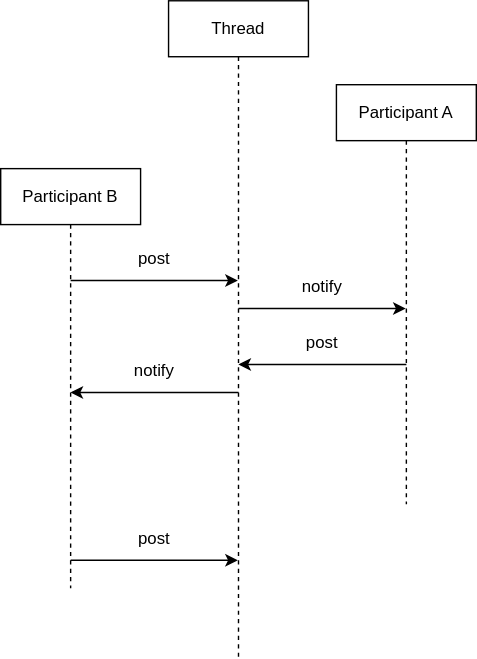
Earlier version of the draw.io export doc/thread.svg (vitalii-samoilenko/ai-chat-bot). Source tidied: cells renumbered, new cells last; positions are measured from the earlier drawing's top-left corner, leaving out a move shared by most shapes.
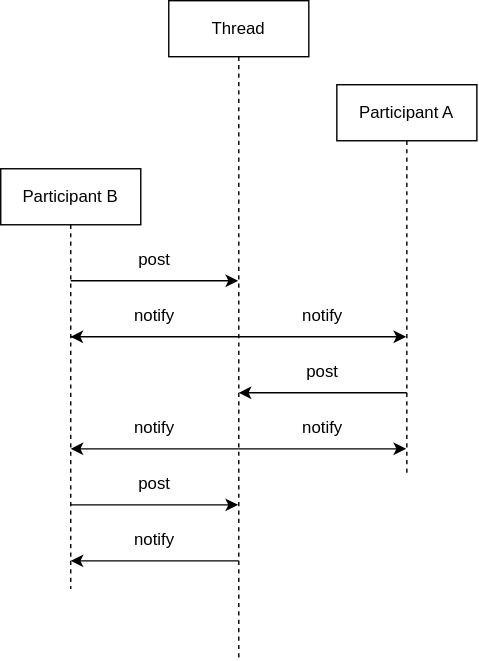
Later version of the same file.

What changed in the source:
```diff
@@ -6,7 +6,7 @@
       <mxGeometry x="120" width="100" height="470" as="geometry" />
     </mxCell>
     <mxCell id="3" value="Participant A" style="shape=umlLifeline;perimeter=lifelinePerimeter;whiteSpace=wrap;html=1;newEdgeStyle={&quot;curved&quot;:0,&quot;rounded&quot;:0};" parent="1" vertex="1">
-      <mxGeometry x="240" y="60" width="100" height="300" as="geometry" />
+      <mxGeometry x="240" y="60" width="100" height="280" as="geometry" />
     </mxCell>
     <mxCell id="4" value="Participant B" style="shape=umlLifeline;perimeter=lifelinePerimeter;whiteSpace=wrap;html=1;outlineConnect=0;portConstraint=eastwest;newEdgeStyle={&quot;curved&quot;:0,&quot;rounded&quot;:0};" parent="1" vertex="1">
       <mxGeometry y="120" width="100" height="300" as="geometry" />
@@ -19,42 +19,71 @@
     </mxCell>
     <mxCell id="6" style="endArrow=classic;html=1;rounded=0;" parent="1" edge="1">
       <mxGeometry relative="1" as="geometry">
-        <mxPoint x="170" y="220" as="sourcePoint" />
-        <mxPoint x="289.5" y="220" as="targetPoint" />
+        <mxPoint x="170" y="240" as="sourcePoint" />
+        <mxPoint x="289.5" y="240" as="targetPoint" />
       </mxGeometry>
     </mxCell>
     <mxCell id="7" style="endArrow=classic;html=1;rounded=0;" parent="1" edge="1">
       <mxGeometry relative="1" as="geometry">
-        <mxPoint x="290" y="260" as="sourcePoint" />
-        <mxPoint x="169.9" y="260" as="targetPoint" />
+        <mxPoint x="290" y="280" as="sourcePoint" />
+        <mxPoint x="169.9" y="280" as="targetPoint" />
       </mxGeometry>
     </mxCell>
     <mxCell id="8" style="endArrow=classic;html=1;rounded=0;" parent="1" edge="1">
       <mxGeometry relative="1" as="geometry">
-        <mxPoint x="170" y="280" as="sourcePoint" />
-        <mxPoint x="49.9" y="280" as="targetPoint" />
+        <mxPoint x="170" y="320" as="sourcePoint" />
+        <mxPoint x="49.9" y="320" as="targetPoint" />
       </mxGeometry>
     </mxCell>
     <mxCell id="9" value="post" style="text;html=1;align=center;verticalAlign=middle;whiteSpace=wrap;rounded=0;" parent="1" vertex="1">
       <mxGeometry x="80" y="170" width="60" height="30" as="geometry" />
     </mxCell>
     <mxCell id="10" value="post" style="text;html=1;align=center;verticalAlign=middle;whiteSpace=wrap;rounded=0;" parent="1" vertex="1">
-      <mxGeometry x="200" y="230" width="60" height="30" as="geometry" />
+      <mxGeometry x="200" y="250" width="60" height="30" as="geometry" />
     </mxCell>
     <mxCell id="11" value="notify" style="text;html=1;align=center;verticalAlign=middle;whiteSpace=wrap;rounded=0;" parent="1" vertex="1">
-      <mxGeometry x="200" y="190" width="60" height="30" as="geometry" />
+      <mxGeometry x="200" y="210" width="60" height="30" as="geometry" />
     </mxCell>
     <mxCell id="12" value="notify" style="text;html=1;align=center;verticalAlign=middle;whiteSpace=wrap;rounded=0;" parent="1" vertex="1">
-      <mxGeometry x="80" y="250" width="60" height="30" as="geometry" />
+      <mxGeometry x="80" y="290" width="60" height="30" as="geometry" />
     </mxCell>
     <mxCell id="13" style="endArrow=classic;html=1;rounded=0;" parent="1" edge="1">
       <mxGeometry relative="1" as="geometry">
-        <mxPoint x="50" y="400" as="sourcePoint" />
-        <mxPoint x="169.5" y="400" as="targetPoint" />
+        <mxPoint x="50" y="360" as="sourcePoint" />
+        <mxPoint x="169.5" y="360" as="targetPoint" />
       </mxGeometry>
     </mxCell>
     <mxCell id="14" value="post" style="text;html=1;align=center;verticalAlign=middle;whiteSpace=wrap;rounded=0;" parent="1" vertex="1">
-      <mxGeometry x="80" y="370" width="60" height="30" as="geometry" />
+      <mxGeometry x="80" y="330" width="60" height="30" as="geometry" />
     </mxCell>
+    <mxCell id="15" style="endArrow=classic;html=1;rounded=0;" parent="1" edge="1" target="4">
+      <mxGeometry relative="1" as="geometry">
+        <mxPoint x="50" y="240" as="sourcePoint" />
+        <Array as="points">
+          <mxPoint x="170" y="240" />
+        </Array>
+      </mxGeometry>
+    </mxCell>
+    <mxCell id="16" value="notify" style="text;html=1;align=center;verticalAlign=middle;whiteSpace=wrap;rounded=0;" parent="1" vertex="1">
+      <mxGeometry x="80" y="210" width="60" height="30" as="geometry" />
+    </mxCell>
+    <mxCell id="17" style="endArrow=classic;html=1;rounded=0;" parent="1" edge="1">
+      <mxGeometry relative="1" as="geometry">
+        <mxPoint x="170" y="320" as="sourcePoint" />
+        <mxPoint x="289.5" y="320" as="targetPoint" />
+      </mxGeometry>
+    </mxCell>
+    <mxCell id="18" value="notify" style="text;html=1;align=center;verticalAlign=middle;whiteSpace=wrap;rounded=0;" parent="1" vertex="1">
+      <mxGeometry x="200" y="290" width="60" height="30" as="geometry" />
+    </mxCell>
+    <mxCell id="19" style="endArrow=classic;html=1;rounded=0;" parent="1" edge="1">
+      <mxGeometry relative="1" as="geometry">
+        <mxPoint x="170" y="400" as="sourcePoint" />
+        <mxPoint x="49.9" y="400" as="targetPoint" />
+      </mxGeometry>
+    </mxCell>
+    <mxCell id="20" value="notify" style="text;html=1;align=center;verticalAlign=middle;whiteSpace=wrap;rounded=0;" parent="1" vertex="1">
+      <mxGeometry x="80" y="370" width="60" height="30" as="geometry" />
+    </mxCell>
   </root>
 </mxGraphModel>
```
